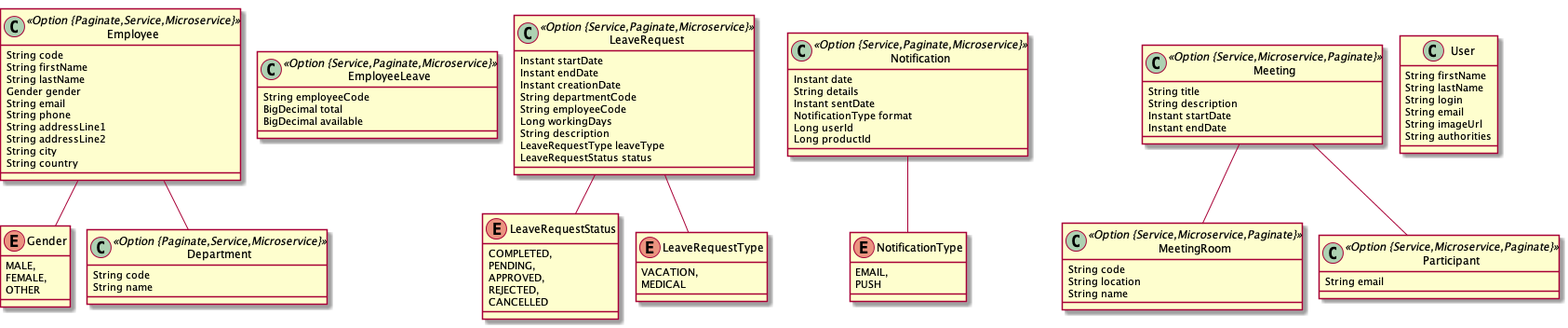
Above: jhipster-microservice/assets/office-assistant.png in adhulappanavar/katacoda-scenarios (PlantUML), before the change.
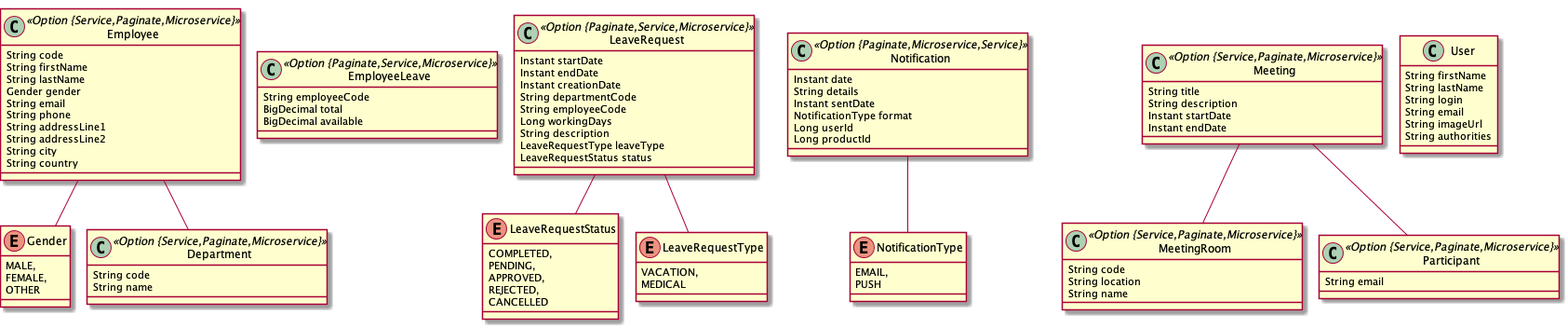
The same file after the commit.

What changed in the source:
```diff
@@ -1,7 +1,7 @@
 @startuml
 	!pragma graphviz_dot jdot
 	!pragma syntax class
-	class Employee <<Option {Paginate,Service,Microservice}>> {
+	class Employee <<Option {Service,Paginate,Microservice}>> {
 		String code
 		String firstName
 		String lastName
@@ -14,7 +14,7 @@
 		String country
 	}
 	Employee ..> Gender
-	class Department <<Option {Paginate,Service,Microservice}>> {
+	class Department <<Option {Service,Paginate,Microservice}>> {
 		String code
 		String name
 	}
@@ -24,7 +24,7 @@
 		OTHER
 	}
 	Employee  "department(name)  1..* " o-- "0..1 "  Department
-	class EmployeeLeave <<Option {Service,Paginate,Microservice}>> {
+	class EmployeeLeave <<Option {Paginate,Service,Microservice}>> {
 		String employeeCode
 		BigDecimal total
 		BigDecimal available
@@ -40,7 +40,7 @@
 		VACATION,
 		MEDICAL
 	}
-	class LeaveRequest <<Option {Service,Paginate,Microservice}>> {
+	class LeaveRequest <<Option {Paginate,Service,Microservice}>> {
 		Instant startDate
 		Instant endDate
 		Instant creationDate
@@ -53,7 +53,7 @@
 	}
 	LeaveRequest ..> LeaveRequestType
 	LeaveRequest ..> LeaveRequestStatus
-	class Notification <<Option {Service,Paginate,Microservice}>> {
+	class Notification <<Option {Paginate,Microservice,Service}>> {
 		Instant date
 		String details
 		Instant sentDate
@@ -66,15 +66,15 @@
 		EMAIL,
 		PUSH
 	}
-	class MeetingRoom <<Option {Service,Microservice,Paginate}>> {
+	class MeetingRoom <<Option {Service,Paginate,Microservice}>> {
 		String code
 		String location
 		String name
 	}
-	class Participant <<Option {Service,Microservice,Paginate}>> {
+	class Participant <<Option {Service,Paginate,Microservice}>> {
 		String email
 	}
-	class Meeting <<Option {Service,Microservice,Paginate}>> {
+	class Meeting <<Option {Service,Paginate,Microservice}>> {
 		String title
 		String description
 		Instant startDate
```
